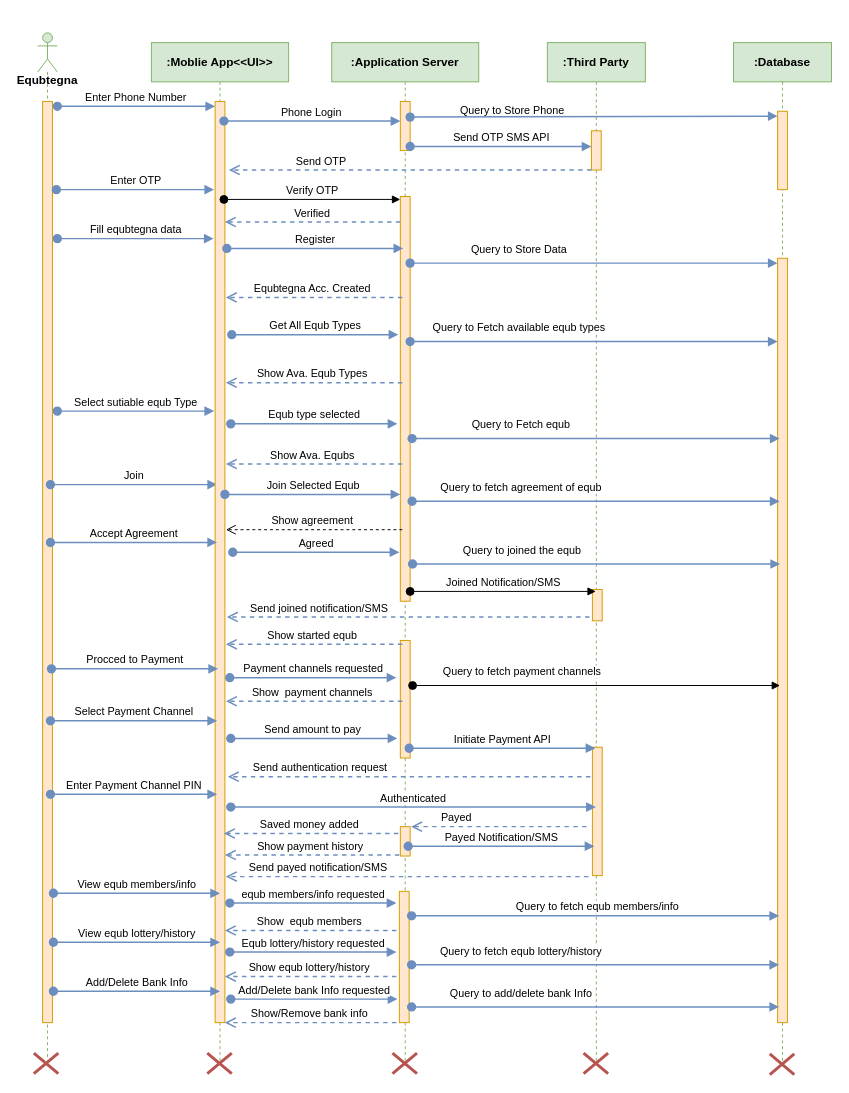
Above: page "Page-4" (4 of 4) of Digital Equb DFD.drawio in fasil712/UML_Diagram_Design (draw.io), before the change. Source tidied: cells renumbered, new cells numbered last; positions are measured from the earlier drawing's top-left corner, leaving out a move shared by most shapes. Both pictures are drawn from the tidied source at 98%, with x=0, y=0 at pixel (33, 32).
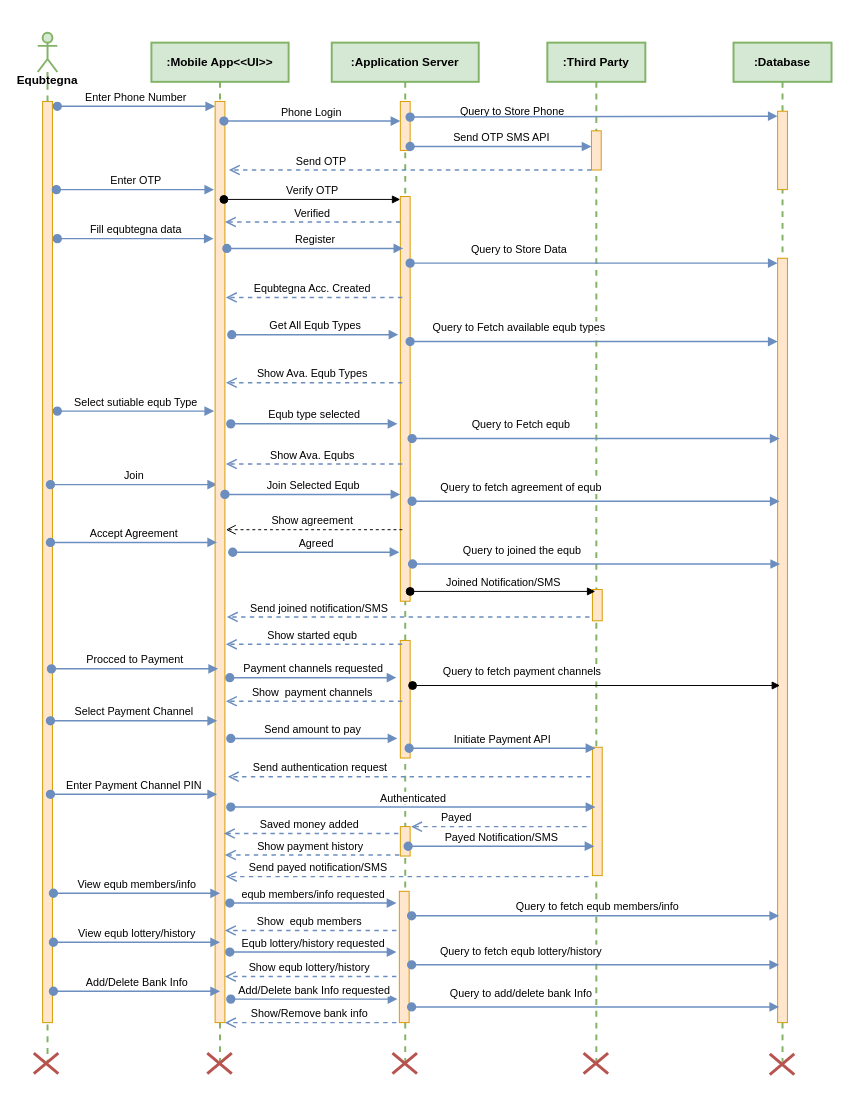
Above is the later version.

Change to the diagram source:
```diff
@@
-    <mxCell id="2" value="&lt;div&gt;&lt;br&gt;&lt;/div&gt;&lt;div&gt;&lt;br&gt;&lt;/div&gt;&lt;div&gt;&lt;br&gt;&lt;/div&gt;&lt;div&gt;&lt;span style=&quot;background-color: transparent; color: light-dark(rgb(0, 0, 0), rgb(255, 255, 255));&quot;&gt;&lt;br&gt;&lt;/span&gt;&lt;/div&gt;&lt;div&gt;&lt;span style=&quot;background-color: transparent; color: light-dark(rgb(0, 0, 0), rgb(255, 255, 255));&quot;&gt;Equbtegna&lt;/span&gt;&lt;/div&gt;" style="shape=umlLifeline;perimeter=lifelinePerimeter;whiteSpace=wrap;html=1;newEdgeStyle={&quot;curved&quot;:0,&quot;rounded&quot;:0};participant=umlActor;size=40;fontStyle=1;fillColor=#d5e8d4;strokeColor=#82b366;" parent="1" vertex="1">
+    <mxCell id="2" value="&lt;div&gt;&lt;br&gt;&lt;/div&gt;&lt;div&gt;&lt;br&gt;&lt;/div&gt;&lt;div&gt;&lt;br&gt;&lt;/div&gt;&lt;div&gt;&lt;span style=&quot;background-color: transparent; color: light-dark(rgb(0, 0, 0), rgb(255, 255, 255));&quot;&gt;&lt;br&gt;&lt;/span&gt;&lt;/div&gt;&lt;div&gt;&lt;span style=&quot;background-color: transparent; color: light-dark(rgb(0, 0, 0), rgb(255, 255, 255));&quot;&gt;Equbtegna&lt;/span&gt;&lt;/div&gt;" style="shape=umlLifeline;perimeter=lifelinePerimeter;whiteSpace=wrap;html=1;newEdgeStyle={&quot;curved&quot;:0,&quot;rounded&quot;:0};participant=umlActor;size=40;fontStyle=1;fillColor=#d5e8d4;strokeColor=#82b366;strokeWidth=2;" parent="1" vertex="1">
       <mxGeometry x="4" width="20" height="1050" as="geometry" />
     </mxCell>
@@
-    <mxCell id="4" value=":Third Party" style="shape=umlLifeline;perimeter=lifelinePerimeter;whiteSpace=wrap;html=1;outlineConnect=0;portConstraint=eastwest;newEdgeStyle={&quot;curved&quot;:0,&quot;rounded&quot;:0};fontStyle=1;fillColor=#d5e8d4;strokeColor=#82b366;" parent="1" vertex="1">
+    <mxCell id="4" value=":Third Party" style="shape=umlLifeline;perimeter=lifelinePerimeter;whiteSpace=wrap;html=1;outlineConnect=0;portConstraint=eastwest;newEdgeStyle={&quot;curved&quot;:0,&quot;rounded&quot;:0};fontStyle=1;fillColor=#d5e8d4;strokeColor=#82b366;strokeWidth=2;" parent="1" vertex="1">
       <mxGeometry x="524" y="10" width="100" height="1040" as="geometry" />
     </mxCell>
@@
-    <mxCell id="8" value=":Application Server" style="shape=umlLifeline;perimeter=lifelinePerimeter;whiteSpace=wrap;html=1;newEdgeStyle={&quot;curved&quot;:0,&quot;rounded&quot;:0};fontStyle=1;fillColor=#d5e8d4;strokeColor=#82b366;" parent="1" vertex="1">
+    <mxCell id="8" value=":Application Server" style="shape=umlLifeline;perimeter=lifelinePerimeter;whiteSpace=wrap;html=1;newEdgeStyle={&quot;curved&quot;:0,&quot;rounded&quot;:0};fontStyle=1;fillColor=#d5e8d4;strokeColor=#82b366;strokeWidth=2;" parent="1" vertex="1">
       <mxGeometry x="304" y="10" width="150" height="1040" as="geometry" />
     </mxCell>
@@
-    <mxCell id="14" value=":Database" style="shape=umlLifeline;perimeter=lifelinePerimeter;whiteSpace=wrap;html=1;newEdgeStyle={&quot;curved&quot;:0,&quot;rounded&quot;:0};fontStyle=1;fillColor=#d5e8d4;strokeColor=#82b366;" parent="1" vertex="1">
+    <mxCell id="14" value=":Database" style="shape=umlLifeline;perimeter=lifelinePerimeter;whiteSpace=wrap;html=1;newEdgeStyle={&quot;curved&quot;:0,&quot;rounded&quot;:0};fontStyle=1;fillColor=#d5e8d4;strokeColor=#82b366;strokeWidth=2;" parent="1" vertex="1">
       <mxGeometry x="714" y="10" width="100" height="1040" as="geometry" />
     </mxCell>
@@
-    <mxCell id="40" value=":Moblie App&amp;lt;&amp;lt;UI&amp;gt;&amp;gt;" style="shape=umlLifeline;perimeter=lifelinePerimeter;whiteSpace=wrap;html=1;newEdgeStyle={&quot;curved&quot;:0,&quot;rounded&quot;:0};fontStyle=1;fillColor=#d5e8d4;strokeColor=#82b366;" parent="1" vertex="1">
+    <mxCell id="40" value=":Mobile App&amp;lt;&amp;lt;UI&amp;gt;&amp;gt;" style="shape=umlLifeline;perimeter=lifelinePerimeter;whiteSpace=wrap;html=1;newEdgeStyle={&quot;curved&quot;:0,&quot;rounded&quot;:0};fontStyle=1;fillColor=#d5e8d4;strokeColor=#82b366;strokeWidth=2;" parent="1" vertex="1">
       <mxGeometry x="120" y="10" width="140" height="1040" as="geometry" />
     </mxCell>
```
